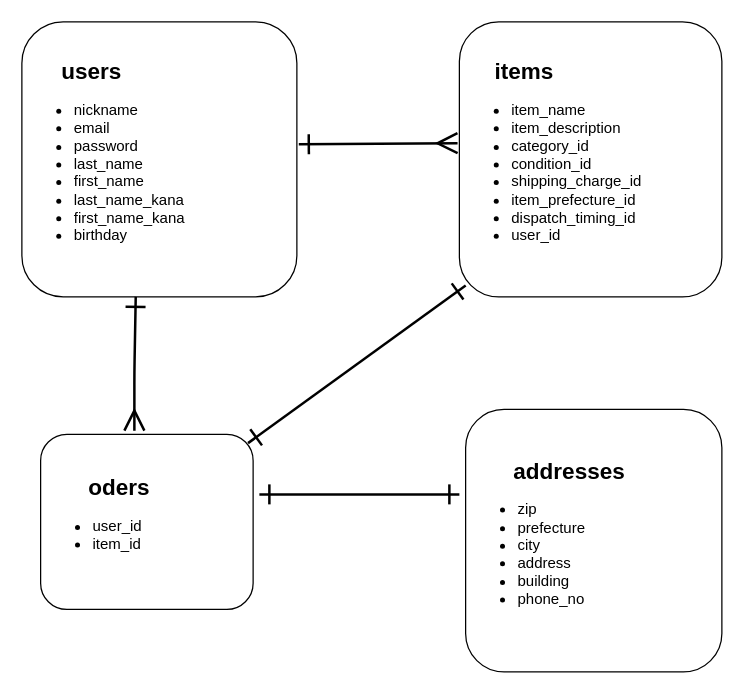
Earlier version of the draw.io diagram ER.drawio (ariyawala/furima-32539). Source tidied: cells renumbered, new cells numbered last; positions are measured from the earlier drawing's top-left corner, leaving out a move shared by most shapes. Both pictures are drawn from the tidied source at 125%, with x=0, y=0 at pixel (21, 21).
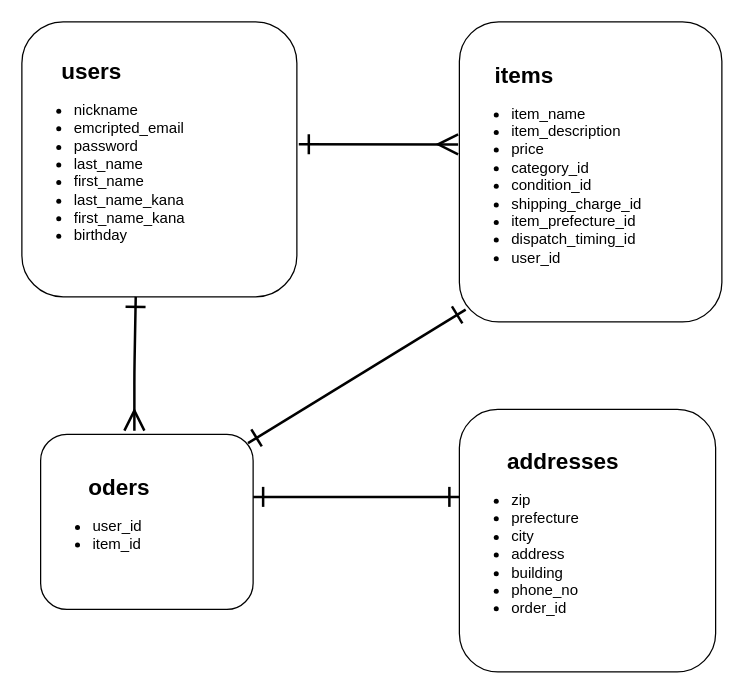
The same page after the edit.

Commit message (it also covers changes not shown here):
READEME order table アソシエーション修正

The edit, as a diff of the source:
```diff
@@
 <mxGraphModel>
   <root>
     <mxCell id="0" />
     <mxCell id="1" parent="0" />
-    <mxCell id="2" value="&amp;nbsp; &amp;nbsp; &amp;nbsp; &amp;nbsp; &amp;nbsp;&lt;b&gt;&lt;font style=&quot;font-size: 18px&quot;&gt;users&lt;/font&gt;&lt;/b&gt;&lt;br&gt;&lt;ul&gt;&lt;li&gt;nickname&lt;/li&gt;&lt;li&gt;email&lt;/li&gt;&lt;li&gt;password&lt;/li&gt;&lt;li&gt;last_name&lt;/li&gt;&lt;li&gt;first_name&lt;/li&gt;&lt;li&gt;last_name_kana&lt;/li&gt;&lt;li&gt;first_name_kana&lt;/li&gt;&lt;li&gt;birthday&lt;/li&gt;&lt;/ul&gt;" style="rounded=1;whiteSpace=wrap;html=1;align=left;" parent="1" vertex="1">
+    <mxCell id="2" value="&amp;nbsp; &amp;nbsp; &amp;nbsp; &amp;nbsp; &amp;nbsp;&lt;b&gt;&lt;font style=&quot;font-size: 18px&quot;&gt;users&lt;/font&gt;&lt;/b&gt;&lt;br&gt;&lt;ul&gt;&lt;li&gt;nickname&lt;/li&gt;&lt;li&gt;emcripted_email&lt;/li&gt;&lt;li&gt;password&lt;/li&gt;&lt;li&gt;last_name&lt;/li&gt;&lt;li&gt;first_name&lt;/li&gt;&lt;li&gt;last_name_kana&lt;/li&gt;&lt;li&gt;first_name_kana&lt;/li&gt;&lt;li&gt;birthday&lt;/li&gt;&lt;/ul&gt;" style="rounded=1;whiteSpace=wrap;html=1;align=left;" parent="1" vertex="1">
       <mxGeometry width="220" height="220" as="geometry" />
     </mxCell>
-    <mxCell id="3" value="&amp;nbsp; &amp;nbsp; &amp;nbsp; &amp;nbsp; &lt;b&gt;&lt;font style=&quot;font-size: 18px&quot;&gt;items&lt;br&gt;&lt;/font&gt;&lt;/b&gt;&lt;ul&gt;&lt;li&gt;item_name&lt;/li&gt;&lt;li&gt;item_description&lt;/li&gt;&lt;li&gt;category_id&lt;/li&gt;&lt;li&gt;condition_id&lt;/li&gt;&lt;li&gt;shipping_charge_id&lt;/li&gt;&lt;li&gt;item_prefecture_id&lt;/li&gt;&lt;li&gt;dispatch_timing_id&lt;/li&gt;&lt;li&gt;user_id&lt;/li&gt;&lt;/ul&gt;" style="rounded=1;whiteSpace=wrap;html=1;align=left;" parent="1" vertex="1">
-      <mxGeometry x="350" width="210" height="220" as="geometry" />
+    <mxCell id="3" value="&amp;nbsp; &amp;nbsp; &amp;nbsp; &amp;nbsp; &lt;b&gt;&lt;font style=&quot;font-size: 18px&quot;&gt;items&lt;br&gt;&lt;/font&gt;&lt;/b&gt;&lt;ul&gt;&lt;li&gt;item_name&lt;/li&gt;&lt;li&gt;item_description&lt;/li&gt;&lt;li&gt;price&lt;/li&gt;&lt;li&gt;category_id&lt;/li&gt;&lt;li&gt;condition_id&lt;/li&gt;&lt;li&gt;shipping_charge_id&lt;/li&gt;&lt;li&gt;item_prefecture_id&lt;/li&gt;&lt;li&gt;dispatch_timing_id&lt;/li&gt;&lt;li&gt;user_id&lt;/li&gt;&lt;/ul&gt;" style="rounded=1;whiteSpace=wrap;html=1;align=left;" parent="1" vertex="1">
+      <mxGeometry x="350" width="210" height="240" as="geometry" />
     </mxCell>
     <mxCell id="4" value="&amp;nbsp; &amp;nbsp; &amp;nbsp; &amp;nbsp; &amp;nbsp; &amp;nbsp;&lt;b&gt;&lt;font style=&quot;font-size: 18px&quot;&gt;oders&lt;br&gt;&lt;/font&gt;&lt;/b&gt;&lt;ul&gt;&lt;li&gt;&lt;span&gt;user_id&lt;/span&gt;&lt;br&gt;&lt;/li&gt;&lt;li&gt;&lt;span&gt;item_id&lt;/span&gt;&lt;/li&gt;&lt;/ul&gt;" style="rounded=1;whiteSpace=wrap;html=1;align=left;" parent="1" vertex="1">
       <mxGeometry x="15" y="330" width="170" height="140" as="geometry" />
     </mxCell>
-    <mxCell id="5" style="endArrow=ERmany;html=1;entryX=-0.007;entryY=0.441;entryDx=0;entryDy=0;entryPerimeter=0;exitX=1.007;exitY=0.445;exitDx=0;exitDy=0;exitPerimeter=0;endFill=0;startArrow=ERone;startFill=0;strokeWidth=2;endSize=13;startSize=13;" parent="1" edge="1" source="2" target="3">
-      <mxGeometry relative="1" as="geometry" />
+    <mxCell id="5" style="endArrow=ERmany;html=1;exitX=1.007;exitY=0.445;exitDx=0;exitDy=0;exitPerimeter=0;endFill=0;startArrow=ERone;startFill=0;strokeWidth=2;endSize=13;startSize=13;" parent="1" edge="1" source="2">
+      <mxGeometry relative="1" as="geometry">
+        <mxPoint x="349" y="98" as="targetPoint" />
+      </mxGeometry>
     </mxCell>
     <mxCell id="6" style="endArrow=ERmany;html=1;exitX=0.414;exitY=1;exitDx=0;exitDy=0;endFill=0;startArrow=ERone;startFill=0;strokeWidth=2;endSize=13;startSize=13;exitPerimeter=0;" parent="1" edge="1" source="2">
       <mxGeometry relative="1" as="geometry">
         <mxPoint x="90" y="327" as="targetPoint" />
         <Array as="points">
           <mxPoint x="90" y="280" />
         </Array>
       </mxGeometry>
     </mxCell>
     <mxCell id="7" style="endArrow=ERone;html=1;startArrow=ERone;startFill=0;endFill=0;strokeWidth=2;exitX=0.976;exitY=0.05;exitDx=0;exitDy=0;targetPerimeterSpacing=0;endSize=13;startSize=13;exitPerimeter=0;entryX=0.024;entryY=0.959;entryDx=0;entryDy=0;entryPerimeter=0;" parent="1" edge="1" source="4" target="3">
       <mxGeometry relative="1" as="geometry" />
     </mxCell>
     <mxCell id="8" style="edgeStyle=orthogonalEdgeStyle;rounded=0;orthogonalLoop=1;jettySize=auto;html=1;exitX=0.5;exitY=1;exitDx=0;exitDy=0;startArrow=ERone;startFill=0;endArrow=ERone;endFill=0;strokeWidth=3;" parent="1" edge="1" source="3" target="3">
       <mxGeometry relative="1" as="geometry" />
     </mxCell>
-    <mxCell id="9" value="&amp;nbsp; &amp;nbsp; &amp;nbsp; &amp;nbsp; &amp;nbsp; &amp;nbsp;&lt;font style=&quot;font-size: 18px&quot;&gt;&lt;b&gt;addresses&lt;/b&gt;&lt;/font&gt;&lt;b&gt;&lt;font style=&quot;font-size: 18px&quot;&gt;&lt;br&gt;&lt;/font&gt;&lt;/b&gt;&lt;ul&gt;&lt;li&gt;zip&lt;/li&gt;&lt;li&gt;prefecture&lt;/li&gt;&lt;li&gt;city&lt;/li&gt;&lt;li&gt;address&lt;/li&gt;&lt;li&gt;building&lt;/li&gt;&lt;li&gt;phone_no&lt;/li&gt;&lt;/ul&gt;" style="rounded=1;whiteSpace=wrap;html=1;align=left;" parent="1" vertex="1">
-      <mxGeometry x="355" y="310" width="205" height="210" as="geometry" />
+    <mxCell id="9" value="&amp;nbsp; &amp;nbsp; &amp;nbsp; &amp;nbsp; &amp;nbsp; &amp;nbsp;&lt;font style=&quot;font-size: 18px&quot;&gt;&lt;b&gt;addresses&lt;/b&gt;&lt;/font&gt;&lt;b&gt;&lt;font style=&quot;font-size: 18px&quot;&gt;&lt;br&gt;&lt;/font&gt;&lt;/b&gt;&lt;ul&gt;&lt;li&gt;zip&lt;/li&gt;&lt;li&gt;prefecture&lt;/li&gt;&lt;li&gt;city&lt;/li&gt;&lt;li&gt;address&lt;/li&gt;&lt;li&gt;building&lt;/li&gt;&lt;li&gt;phone_no&lt;/li&gt;&lt;li&gt;order_id&lt;/li&gt;&lt;/ul&gt;" style="rounded=1;whiteSpace=wrap;html=1;align=left;" parent="1" vertex="1">
+      <mxGeometry x="350" y="310" width="205" height="210" as="geometry" />
     </mxCell>
     <mxCell id="10" style="endArrow=ERone;html=1;startArrow=ERone;startFill=0;endFill=0;strokeWidth=2;targetPerimeterSpacing=0;endSize=13;startSize=13;" parent="1" edge="1">
       <mxGeometry relative="1" as="geometry">
-        <mxPoint x="350" y="378" as="sourcePoint" />
-        <mxPoint x="190" y="378" as="targetPoint" />
-        <Array as="points">
-          <mxPoint x="350" y="378" />
-        </Array>
+        <mxPoint x="350" y="380" as="sourcePoint" />
+        <mxPoint x="185" y="380" as="targetPoint" />
       </mxGeometry>
     </mxCell>
   </root>
 </mxGraphModel>
```
